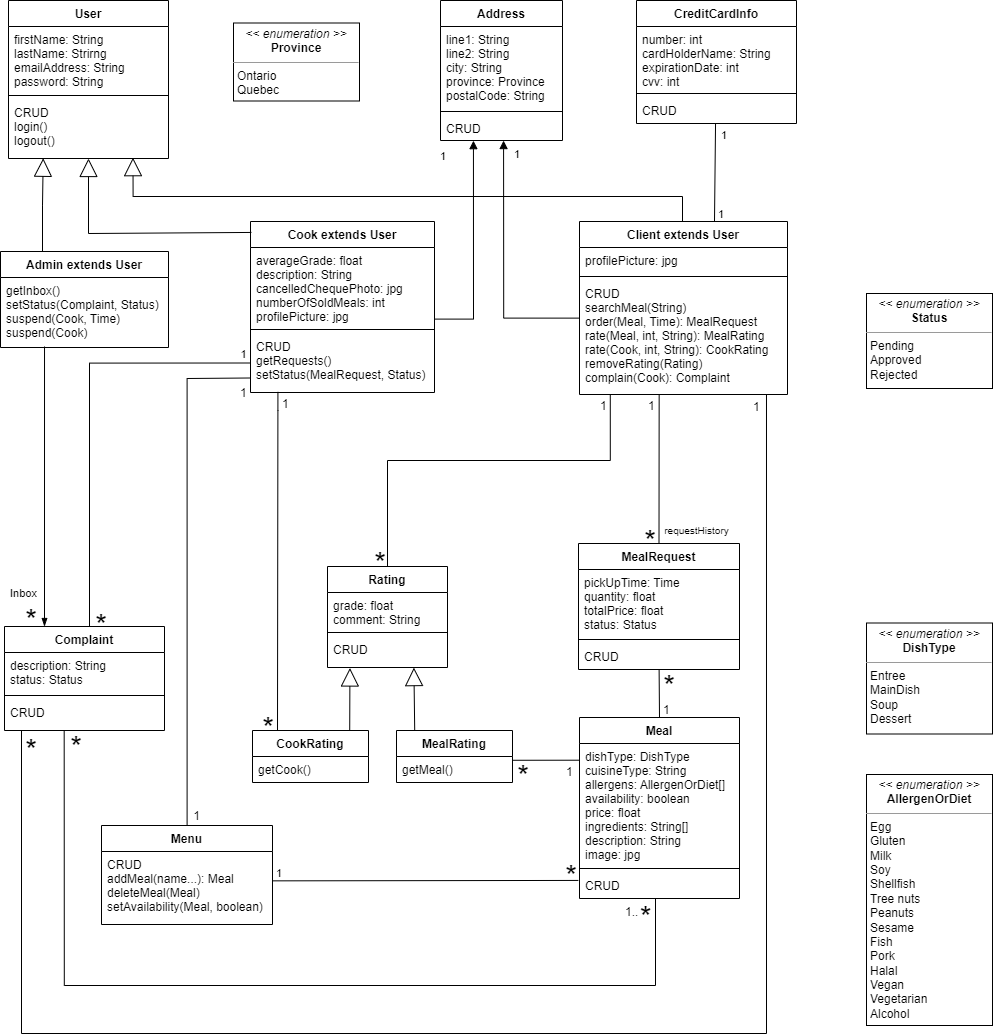
The draw.io diagram UML Diagram/Mealer_umlDiagram.png in uOttawaSEGA2022/projet-groupe-18, before a commit. Source tidied: cells renumbered, new cells last; positions are measured from the earlier drawing's top-left corner, leaving out a move shared by most shapes.
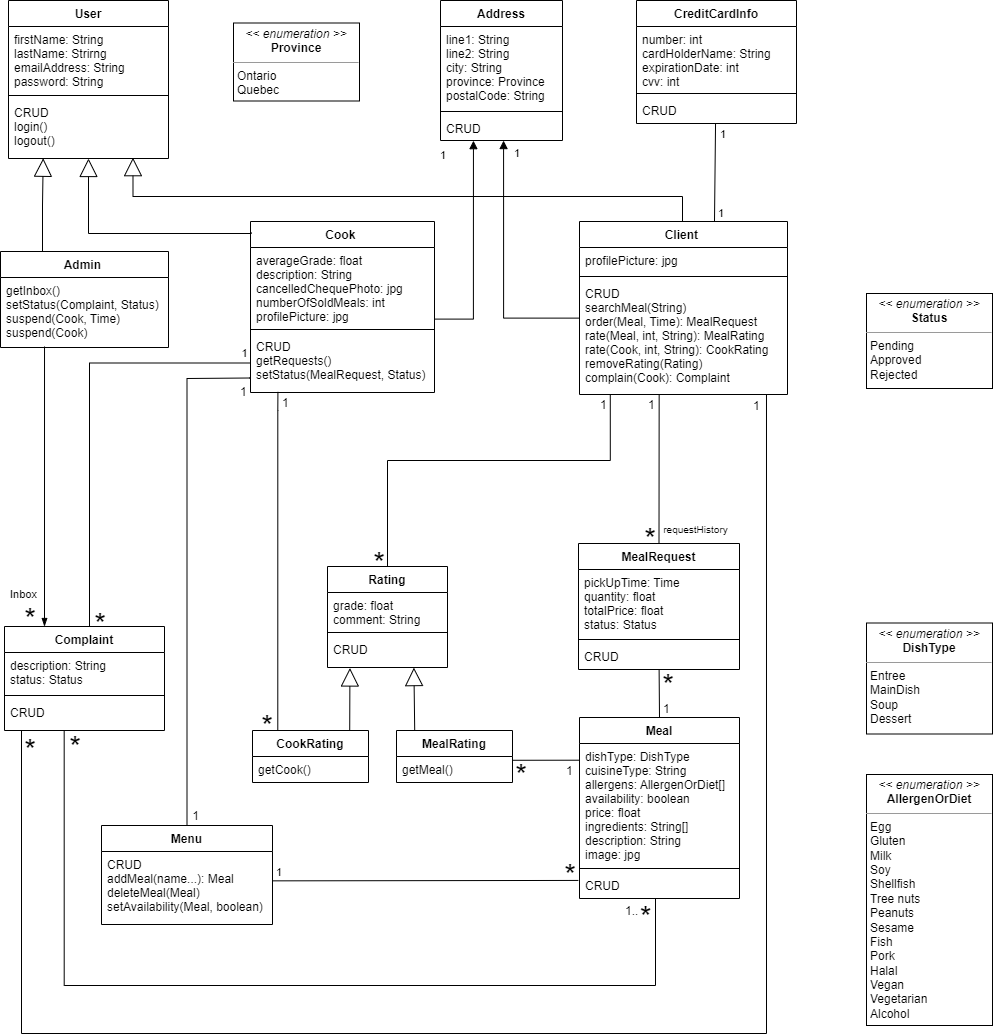
Above is the later version.

What changed in the source:
```diff
@@ -17,13 +17,13 @@
     <mxCell id="6" value="&lt;p style=&quot;margin:0px;margin-top:4px;text-align:center;&quot;&gt;&lt;i&gt;&amp;lt;&amp;lt; enumeration &amp;gt;&amp;gt;&lt;/i&gt;&lt;br&gt;&lt;b&gt;Province&lt;/b&gt;&lt;/p&gt;&lt;hr size=&quot;1&quot;&gt;&lt;p style=&quot;margin:0px;margin-left:4px;&quot;&gt;Ontario&lt;/p&gt;&lt;p style=&quot;margin:0px;margin-left:4px;&quot;&gt;Quebec&lt;/p&gt;" style="verticalAlign=top;align=left;overflow=fill;fontSize=12;fontFamily=Helvetica;html=1;" parent="1" vertex="1">
       <mxGeometry x="233" y="22.5" width="126" height="78" as="geometry" />
     </mxCell>
-    <mxCell id="7" value="Admin extends User" style="swimlane;fontStyle=1;align=center;verticalAlign=top;horizontal=1;startSize=26;" parent="1" vertex="1">
+    <mxCell id="7" value="Admin " style="swimlane;fontStyle=1;align=center;verticalAlign=top;horizontal=1;startSize=26;" parent="1" vertex="1">
       <mxGeometry y="251" width="168" height="96" as="geometry" />
     </mxCell>
     <mxCell id="8" value="getInbox()&#10;setStatus(Complaint, Status)&#10;suspend(Cook, Time)&#10;suspend(Cook)" style="text;strokeColor=none;fillColor=none;align=left;verticalAlign=top;spacingLeft=4;spacingRight=4;overflow=hidden;points=[[0,0.5],[1,0.5]];portConstraint=eastwest;" parent="7" vertex="1">
       <mxGeometry y="26" width="168" height="70" as="geometry" />
     </mxCell>
-    <mxCell id="9" value="Cook extends User" style="swimlane;fontStyle=1;align=center;verticalAlign=top;horizontal=1;startSize=26;" parent="1" vertex="1">
+    <mxCell id="9" value="Cook " style="swimlane;fontStyle=1;align=center;verticalAlign=top;horizontal=1;startSize=26;" parent="1" vertex="1">
       <mxGeometry x="250" y="221" width="184" height="171" as="geometry" />
     </mxCell>
     <mxCell id="10" value="averageGrade: float&#10;description: String&#10;cancelledChequePhoto: jpg&#10;numberOfSoldMeals: int&#10;profilePicture: jpg" style="text;strokeColor=none;fillColor=none;align=left;verticalAlign=top;spacingLeft=4;spacingRight=4;overflow=hidden;points=[[0,0.5],[1,0.5]];portConstraint=eastwest;" parent="9" vertex="1">
@@ -42,7 +42,7 @@
         </Array>
       </mxGeometry>
     </mxCell>
-    <mxCell id="14" value="Client extends User" style="swimlane;fontStyle=1;align=center;verticalAlign=top;horizontal=1;startSize=26;" parent="1" vertex="1">
+    <mxCell id="14" value="Client " style="swimlane;fontStyle=1;align=center;verticalAlign=top;horizontal=1;startSize=26;" parent="1" vertex="1">
       <mxGeometry x="579" y="221" width="208" height="173" as="geometry" />
     </mxCell>
     <mxCell id="15" value="profilePicture: jpg" style="text;strokeColor=none;fillColor=none;align=left;verticalAlign=top;spacingLeft=4;spacingRight=4;overflow=hidden;" parent="14" vertex="1">
```
